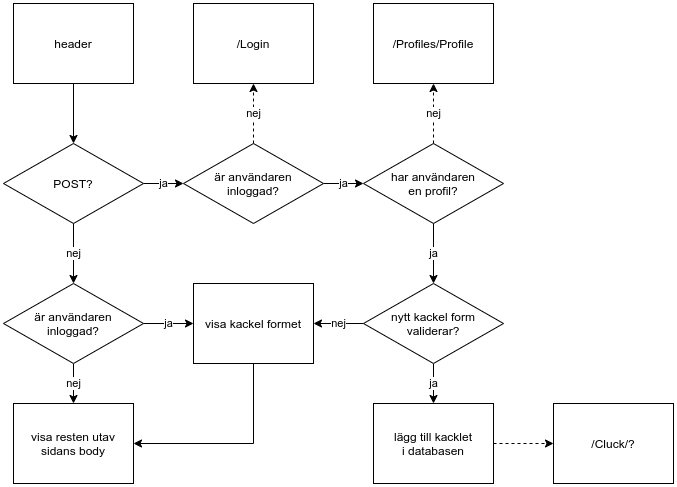
The draw.io diagram webbutveckling/Webbutveckling2/Moment/Moment4/Diagrams/Flowcharts/flowHeader.png in EliasEriksson/miun, before a commit. Source tidied: cells renumbered, new cells last; positions are measured from the earlier drawing's top-left corner, leaving out a move shared by most shapes.
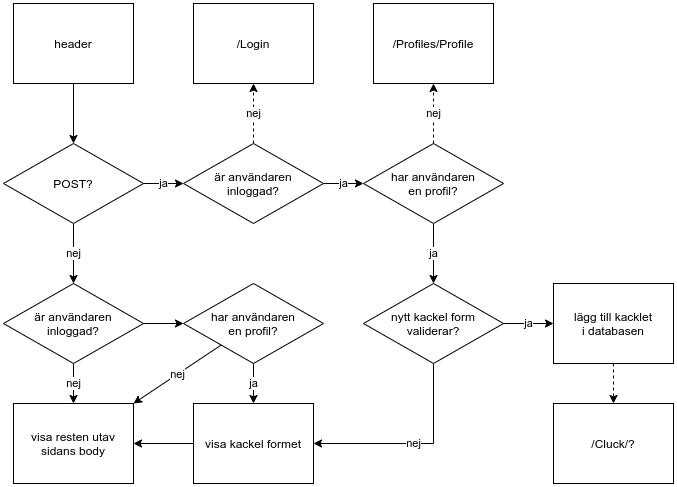
Above is the later version.

The edit, as a diff of the source:
```diff
@@ -20,8 +20,12 @@
     <mxCell id="7" value="ja" style="edgeStyle=orthogonalEdgeStyle;rounded=0;jettySize=auto;html=1;" parent="1" edge="1" source="9" target="21">
       <mxGeometry relative="1" as="geometry" />
     </mxCell>
-    <mxCell id="8" value="nej" style="edgeStyle=orthogonalEdgeStyle;rounded=0;jettySize=auto;html=1;entryX=1;entryY=0.5;entryDx=0;entryDy=0;" parent="1" edge="1" source="9" target="17">
-      <mxGeometry relative="1" as="geometry" />
+    <mxCell id="8" value="nej" style="edgeStyle=orthogonalEdgeStyle;rounded=0;jettySize=auto;html=1;" parent="1" edge="1" source="9" target="17">
+      <mxGeometry relative="1" as="geometry">
+        <Array as="points">
+          <mxPoint x="430" y="440" />
+        </Array>
+      </mxGeometry>
     </mxCell>
     <mxCell id="9" value="nytt kackel form&lt;br&gt;validerar?" style="rhombus;whiteSpace=wrap;html=1;rounded=0;" parent="1" vertex="1">
       <mxGeometry x="360" y="280" width="140" height="80" as="geometry" />
@@ -52,7 +56,7 @@
       </mxGeometry>
     </mxCell>
     <mxCell id="17" value="visa kackel formet" style="whiteSpace=wrap;html=1;rounded=0;" parent="1" vertex="1">
-      <mxGeometry x="190" y="280" width="120" height="80" as="geometry" />
+      <mxGeometry x="190" y="400" width="120" height="80" as="geometry" />
     </mxCell>
     <mxCell id="18" value="/Login" style="whiteSpace=wrap;html=1;rounded=0;" parent="1" vertex="1">
       <mxGeometry x="190" width="120" height="80" as="geometry" />
@@ -64,14 +68,14 @@
       <mxGeometry relative="1" as="geometry" />
     </mxCell>
     <mxCell id="21" value="lägg till kacklet&lt;br&gt;i databasen" style="whiteSpace=wrap;html=1;rounded=0;" parent="1" vertex="1">
-      <mxGeometry x="370" y="400" width="120" height="80" as="geometry" />
+      <mxGeometry x="550" y="280" width="120" height="80" as="geometry" />
     </mxCell>
-    <mxCell id="22" value="ja" style="edgeStyle=orthogonalEdgeStyle;rounded=0;jettySize=auto;html=1;entryX=0;entryY=0.5;entryDx=0;entryDy=0;" parent="1" edge="1" source="24" target="17">
-      <mxGeometry relative="1" as="geometry" />
-    </mxCell>
     <mxCell id="23" value="nej" style="edgeStyle=orthogonalEdgeStyle;rounded=0;jettySize=auto;html=1;" parent="1" edge="1" source="24" target="25">
       <mxGeometry relative="1" as="geometry" />
     </mxCell>
+    <mxCell id="27" style="edgeStyle=orthogonalEdgeStyle;rounded=0;jettySize=auto;html=1;" parent="1" edge="1" source="24" target="28">
+      <mxGeometry relative="1" as="geometry" />
+    </mxCell>
     <mxCell id="24" value="är användaren&lt;br&gt;inloggad?" style="rhombus;whiteSpace=wrap;html=1;rounded=0;" parent="1" vertex="1">
       <mxGeometry y="280" width="140" height="80" as="geometry" />
     </mxCell>
@@ -81,5 +85,14 @@
     <mxCell id="26" value="/Cluck/?" style="whiteSpace=wrap;html=1;rounded=0;" parent="1" vertex="1">
       <mxGeometry x="550" y="400" width="120" height="80" as="geometry" />
     </mxCell>
+    <mxCell id="22" value="ja" style="edgeStyle=orthogonalEdgeStyle;rounded=0;jettySize=auto;html=1;" parent="1" edge="1" source="28" target="17">
+      <mxGeometry relative="1" as="geometry" />
+    </mxCell>
+    <mxCell id="28" value="har användaren&lt;br&gt;en profil?" style="rhombus;whiteSpace=wrap;html=1;rounded=0;" parent="1" vertex="1">
+      <mxGeometry x="180" y="280" width="140" height="80" as="geometry" />
+    </mxCell>
+    <mxCell id="29" value="nej" style="endArrow=classic;html=1;" parent="1" edge="1" source="28" target="25">
+      <mxGeometry relative="1" as="geometry" />
+    </mxCell>
   </root>
 </mxGraphModel>
```
